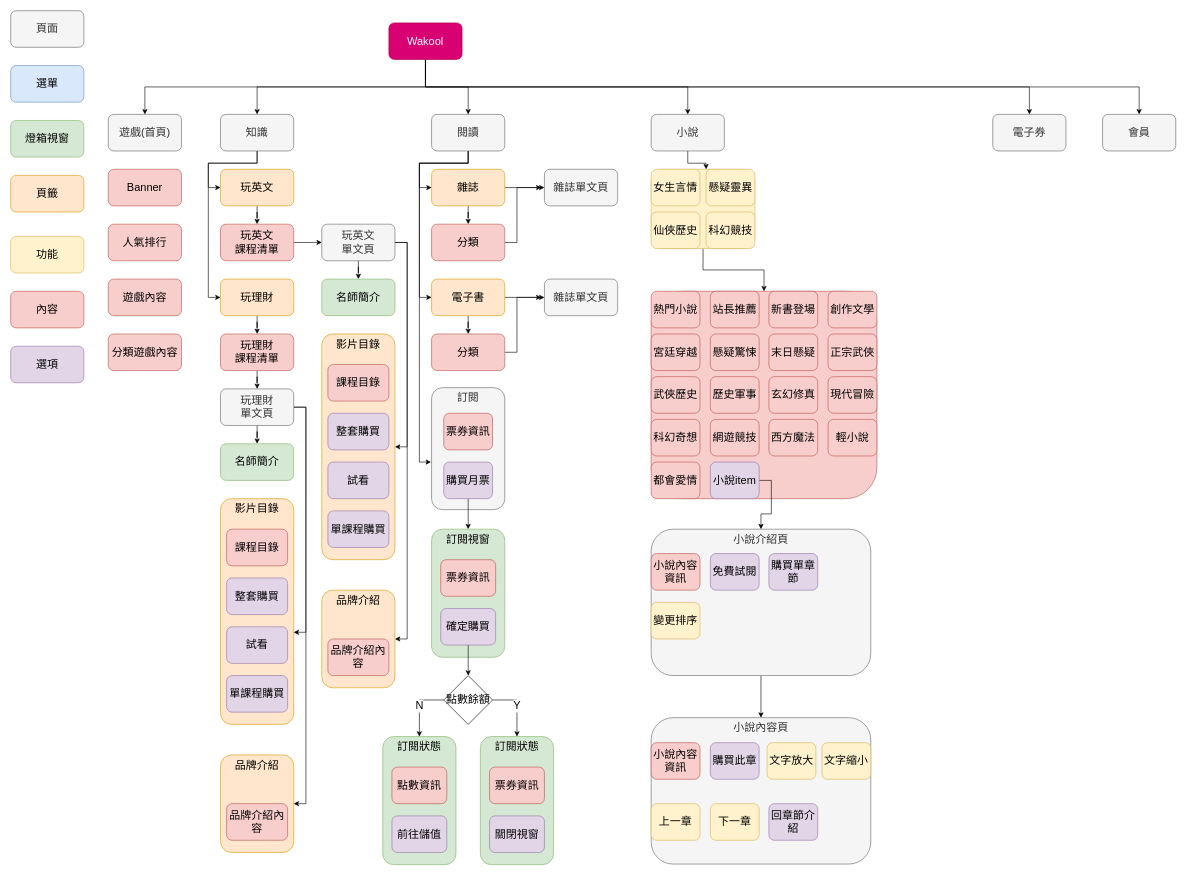
Above: page "Page-2" (2 of 2) of 中信Wakool.drawio in Cadmus-design/Diagrams (draw.io), before the change. Source tidied: cells renumbered, new cells numbered last; positions are measured from the earlier drawing's top-left corner, leaving out a move shared by most shapes. Both pictures are drawn from the tidied source at 61%, with x=0, y=0 at pixel (10, 10).
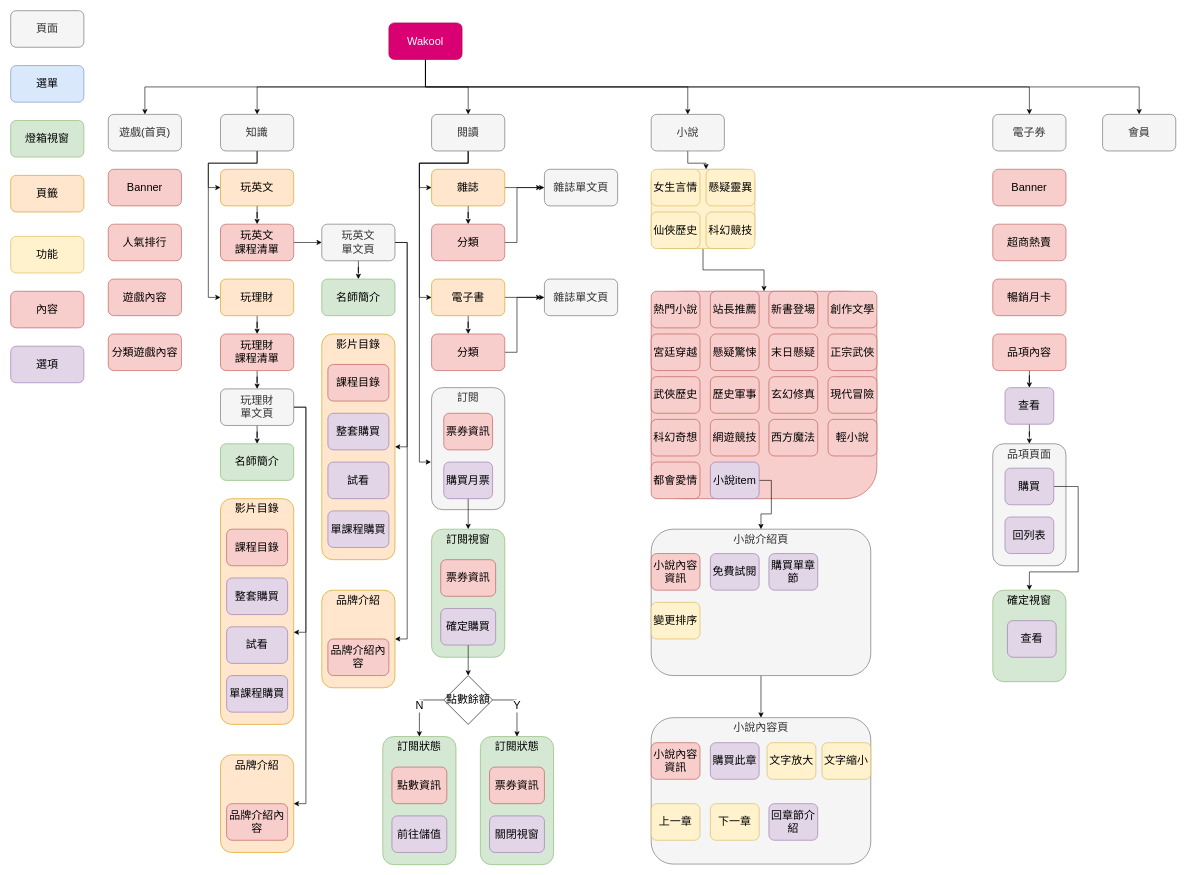
Above is the later version.

Diff of the diagram source:
```diff
@@
+    <mxCell id="136" value="Banner" style="rounded=1;whiteSpace=wrap;html=1;fillColor=#f8cecc;strokeColor=#b85450;fontSize=18;" parent="1" vertex="1">
+      <mxGeometry x="1610" y="260" width="120" height="60" as="geometry" />
+    </mxCell>
+    <mxCell id="137" value="超商熱賣" style="rounded=1;whiteSpace=wrap;html=1;fillColor=#f8cecc;strokeColor=#b85450;fontSize=18;" parent="1" vertex="1">
+      <mxGeometry x="1610" y="350" width="120" height="60" as="geometry" />
+    </mxCell>
+    <mxCell id="138" value="暢銷月卡" style="rounded=1;whiteSpace=wrap;html=1;fillColor=#f8cecc;strokeColor=#b85450;fontSize=18;" parent="1" vertex="1">
+      <mxGeometry x="1610" y="440" width="120" height="60" as="geometry" />
+    </mxCell>
+    <mxCell id="139" style="edgeStyle=orthogonalEdgeStyle;rounded=0;jettySize=auto;html=1;" parent="1" edge="1" source="140" target="142">
+      <mxGeometry relative="1" as="geometry" />
+    </mxCell>
+    <mxCell id="140" value="品項內容" style="rounded=1;whiteSpace=wrap;html=1;fillColor=#f8cecc;strokeColor=#b85450;fontSize=18;" parent="1" vertex="1">
+      <mxGeometry x="1610" y="530" width="120" height="60" as="geometry" />
+    </mxCell>
+    <mxCell id="141" style="edgeStyle=orthogonalEdgeStyle;rounded=0;jettySize=auto;html=1;" parent="1" edge="1" source="142" target="143">
+      <mxGeometry relative="1" as="geometry" />
+    </mxCell>
+    <mxCell id="142" value="查看" style="rounded=1;whiteSpace=wrap;html=1;fillColor=#e1d5e7;strokeColor=#9673a6;fontSize=18;" parent="1" vertex="1">
+      <mxGeometry x="1630" y="618" width="80" height="60" as="geometry" />
+    </mxCell>
+    <mxCell id="143" value="品項頁面" style="rounded=1;whiteSpace=wrap;html=1;fillColor=#f5f5f5;fontColor=#333333;strokeColor=#666666;fontSize=18;verticalAlign=top;" parent="1" vertex="1">
+      <mxGeometry x="1610" y="710" width="120" height="200" as="geometry" />
+    </mxCell>
+    <mxCell id="144" style="edgeStyle=orthogonalEdgeStyle;rounded=0;jettySize=auto;html=1;exitX=1;exitY=0.5;exitDx=0;exitDy=0;entryX=0.5;entryY=0;entryDx=0;entryDy=0;" parent="1" edge="1" source="145" target="147">
+      <mxGeometry relative="1" as="geometry">
+        <Array as="points">
+          <mxPoint x="1750" y="780" />
+          <mxPoint x="1750" y="920" />
+          <mxPoint x="1670" y="920" />
+        </Array>
+      </mxGeometry>
+    </mxCell>
+    <mxCell id="145" value="購買" style="rounded=1;whiteSpace=wrap;html=1;fillColor=#e1d5e7;strokeColor=#9673a6;fontSize=18;" parent="1" vertex="1">
+      <mxGeometry x="1630" y="750" width="80" height="60" as="geometry" />
+    </mxCell>
+    <mxCell id="146" value="回列表" style="rounded=1;whiteSpace=wrap;html=1;fillColor=#e1d5e7;strokeColor=#9673a6;fontSize=18;" parent="1" vertex="1">
+      <mxGeometry x="1630" y="830" width="80" height="60" as="geometry" />
+    </mxCell>
+    <mxCell id="147" value="確定視窗" style="rounded=1;whiteSpace=wrap;html=1;fillColor=#d5e8d4;strokeColor=#82b366;fontSize=18;verticalAlign=top;" parent="1" vertex="1">
+      <mxGeometry x="1610" y="950" width="120" height="150" as="geometry" />
+    </mxCell>
+    <mxCell id="148" value="查看" style="rounded=1;whiteSpace=wrap;html=1;fillColor=#e1d5e7;strokeColor=#9673a6;fontSize=18;" parent="1" vertex="1">
+      <mxGeometry x="1634" y="1000" width="80" height="60" as="geometry" />
+    </mxCell>
```
